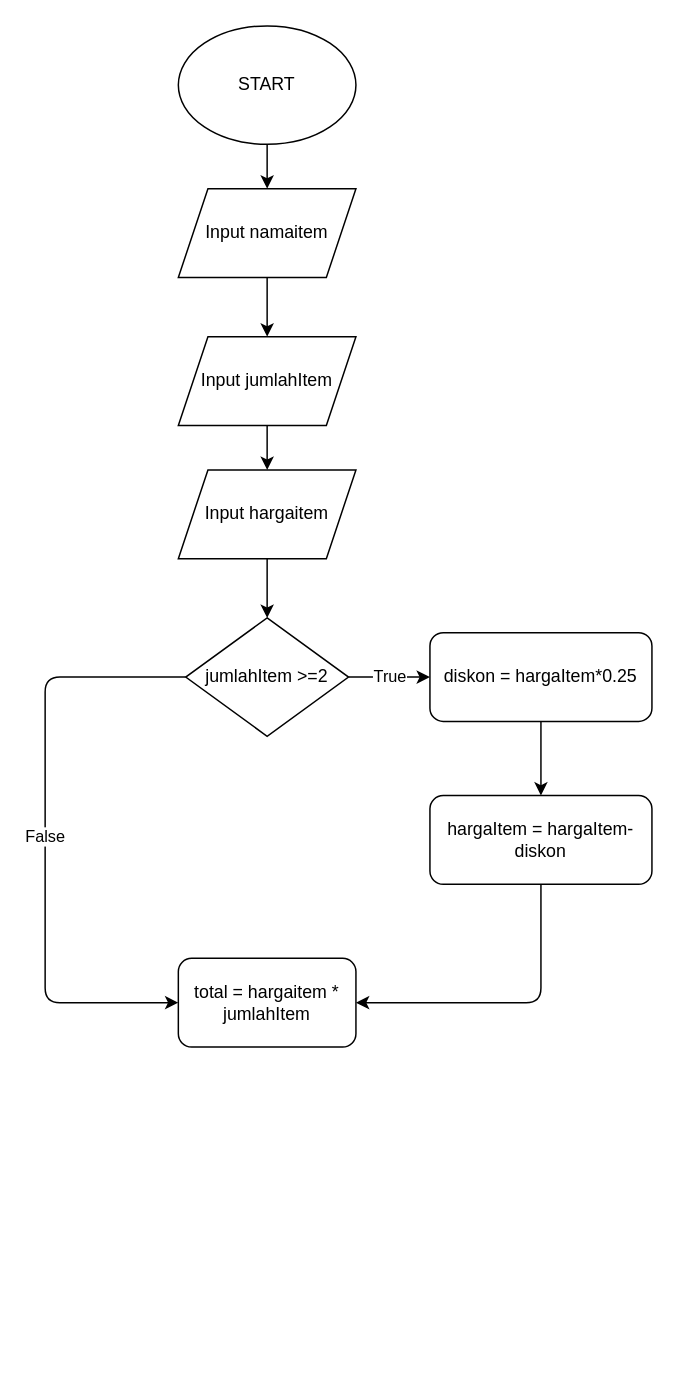
YabesMaychel-2007113801/Yabes_Maychel-Mesin_Kasir keeps this draw.io diagram as Flowchart.drawio. Above is the earlier version. Source tidied: cells renumbered, new cells numbered last; positions are measured from the earlier drawing's top-left corner, leaving out a move shared by most shapes. Both pictures are drawn from the tidied source at 148%, with x=0, y=0 at pixel (44, 25).
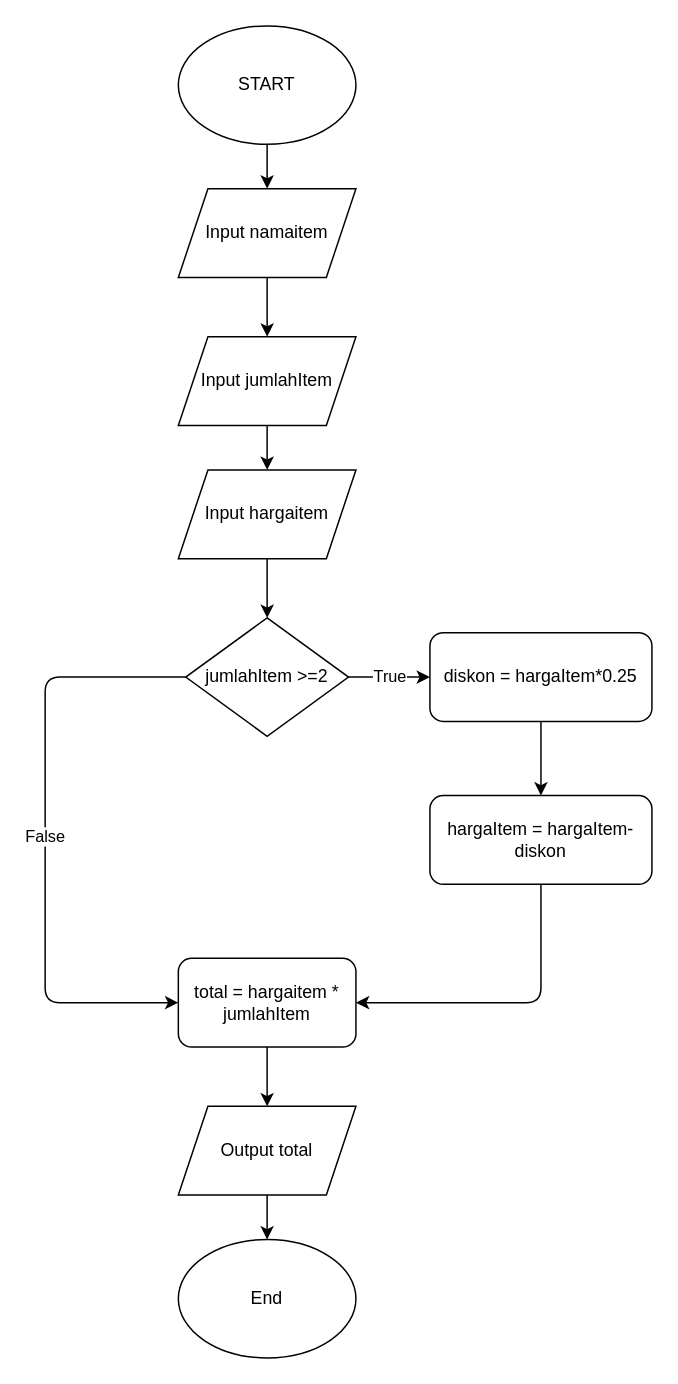
The same page after the edit.

Commit message:
Flowchart Telah Selesai

Unchanged cells that the change refers to:
```xml
<mxCell id="17" value="total = hargaitem * jumlahItem" style="rounded=1;whiteSpace=wrap;html=1;" parent="1" vertex="1">
  <mxGeometry x="90" y="630" width="120" height="60" as="geometry" />
</mxCell>
```

The edit, as a diff of the source:
```diff
@@
+    <mxCell id="18" style="edgeStyle=none;html=1;" parent="1" edge="1" source="17" target="20">
+      <mxGeometry relative="1" as="geometry" />
+    </mxCell>
@@
+    <mxCell id="19" style="edgeStyle=none;html=1;" parent="1" edge="1" source="20" target="21">
+      <mxGeometry relative="1" as="geometry" />
+    </mxCell>
+    <mxCell id="20" value="Output total" style="shape=parallelogram;perimeter=parallelogramPerimeter;whiteSpace=wrap;html=1;fixedSize=1;" parent="1" vertex="1">
+      <mxGeometry x="90" y="730" width="120" height="60" as="geometry" />
+    </mxCell>
+    <mxCell id="21" value="End" style="ellipse;whiteSpace=wrap;html=1;" parent="1" vertex="1">
+      <mxGeometry x="90" y="820" width="120" height="80" as="geometry" />
+    </mxCell>
```
